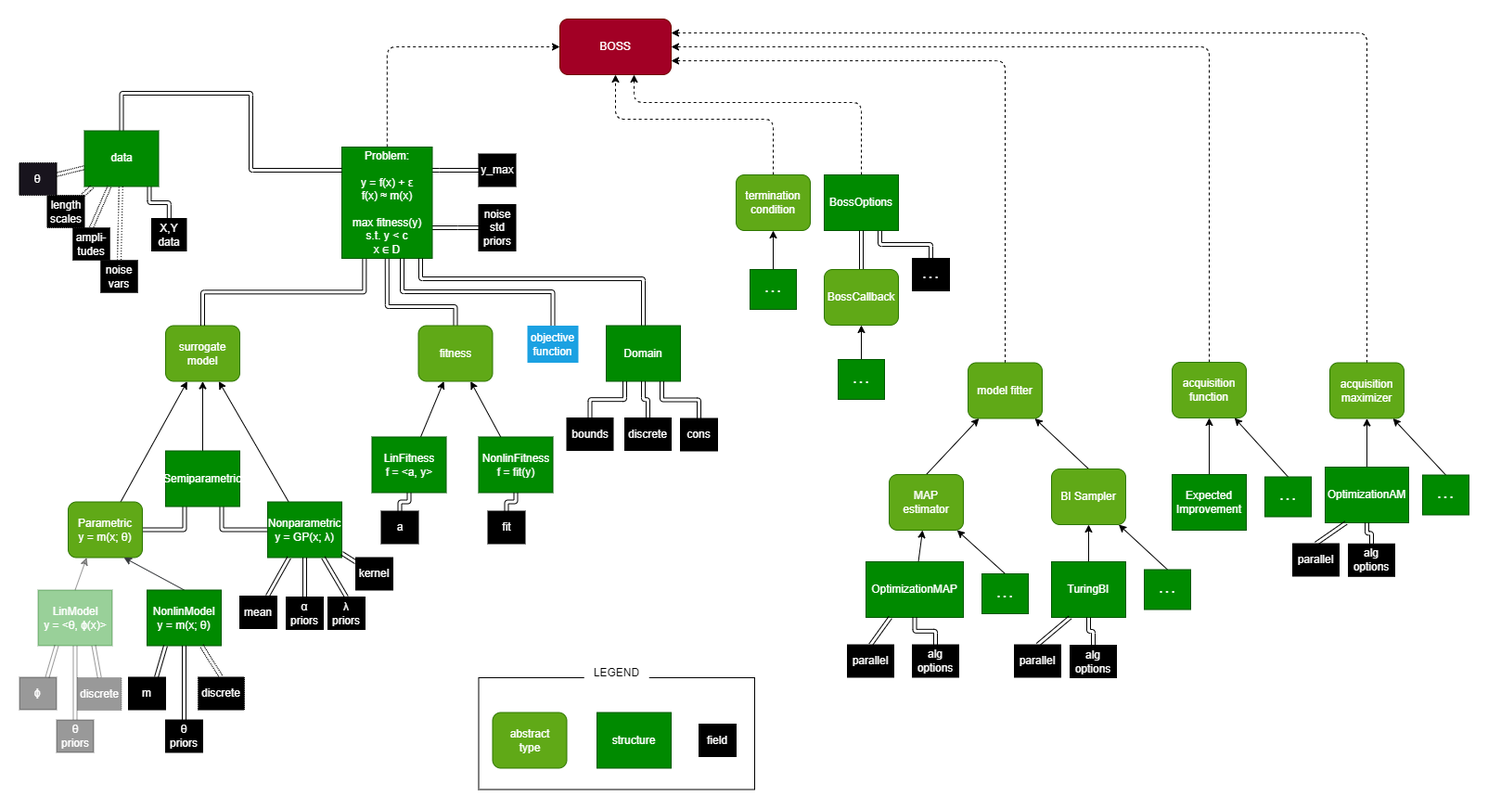
Before: docs/src/img/boss_inputs.drawio.png, a diagram exported from draw.io (soldasim/BOSS.jl). Source tidied: cells renumbered, new cells last; positions are measured from the earlier drawing's top-left corner, leaving out a move shared by most shapes.
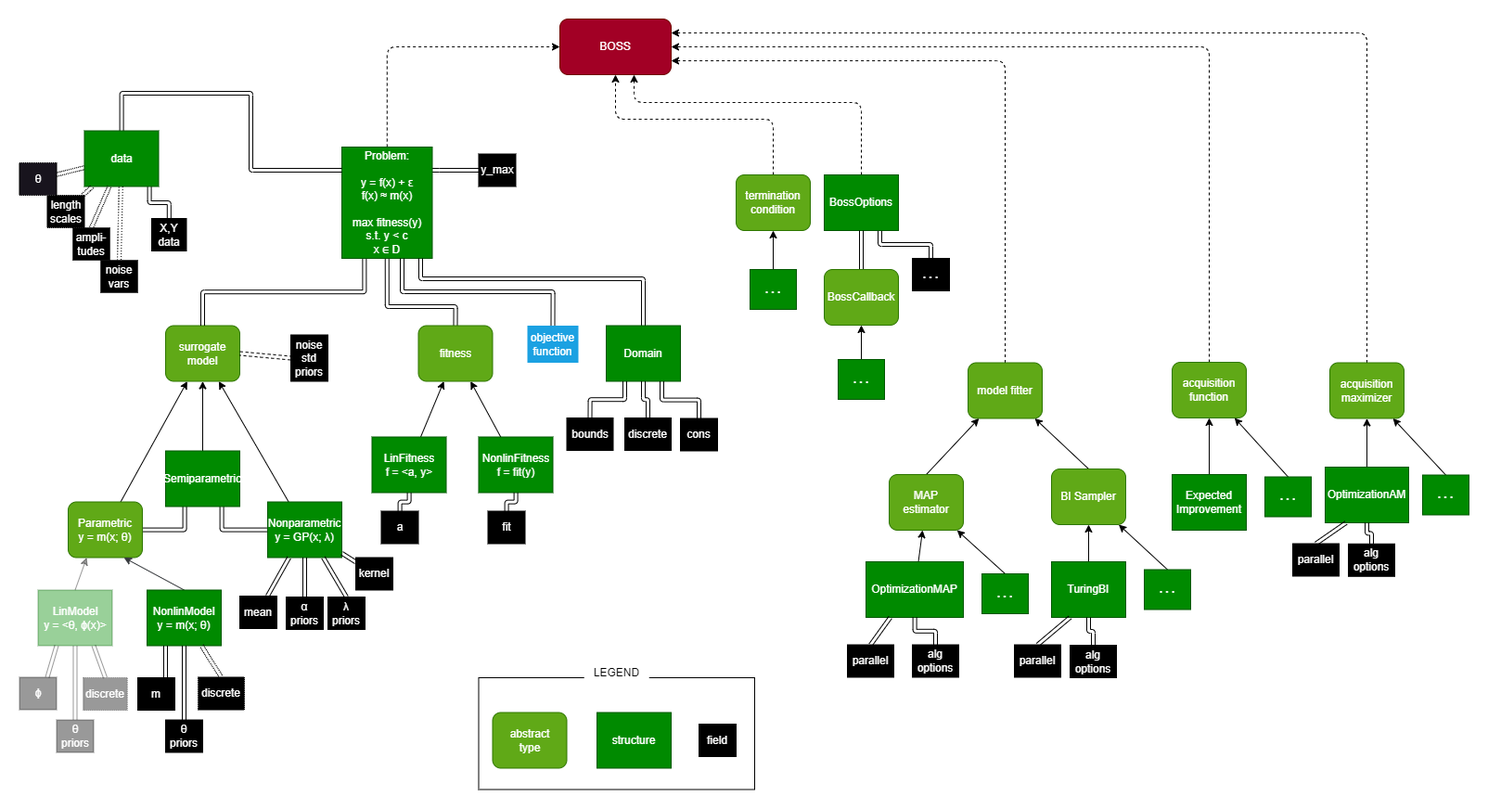
The same file after the commit.

The edit, as a diff of the source:
```diff
@@ -135,16 +135,11 @@
     <mxCell id="41" value="λ&#10;priors" style="rounded=0;whiteSpace=wrap;labelBackgroundColor=none;fontColor=#FFFFFF;fillStyle=solid;fillColor=#000000;" parent="1" vertex="1">
       <mxGeometry x="332" y="623" width="40" height="35" as="geometry" />
     </mxCell>
-    <mxCell id="42" style="edgeStyle=orthogonalEdgeStyle;shape=link;html=1;exitX=0;exitY=0.5;exitDx=0;exitDy=0;" parent="1" edge="1" source="43" target="56">
-      <mxGeometry relative="1" as="geometry">
-        <Array as="points">
-          <mxPoint x="472" y="225" />
-          <mxPoint x="472" y="225" />
-        </Array>
-      </mxGeometry>
-    </mxCell>
+    <mxCell id="130" style="edgeStyle=none;shape=link;html=1;exitX=0;exitY=0.5;exitDx=0;exitDy=0;entryX=1;entryY=0.5;entryDx=0;entryDy=0;dashed=1;" parent="1" edge="1" source="43" target="5">
+      <mxGeometry relative="1" as="geometry" />
+    </mxCell>
     <mxCell id="43" value="noise std priors" style="rounded=0;whiteSpace=wrap;labelBackgroundColor=none;fontColor=#FFFFFF;fillStyle=solid;fillColor=#000000;" parent="1" vertex="1">
-      <mxGeometry x="494.5" y="200" width="40" height="50" as="geometry" />
+      <mxGeometry x="292" y="340.5" width="40" height="50" as="geometry" />
     </mxCell>
     <mxCell id="44" style="edgeStyle=orthogonalEdgeStyle;shape=link;rounded=1;html=1;strokeColor=default;fontSize=18;fontColor=#FFFFFF;" parent="1" edge="1" source="45" target="60">
       <mxGeometry relative="1" as="geometry">
@@ -363,13 +358,13 @@
       <mxGeometry relative="1" as="geometry" />
     </mxCell>
     <mxCell id="103" value="m" style="rounded=0;whiteSpace=wrap;labelBackgroundColor=none;fontColor=#FFFFFF;fillStyle=solid;fillColor=#000000;" parent="1" vertex="1">
-      <mxGeometry x="117" y="709.5" width="40" height="35" as="geometry" />
+      <mxGeometry x="127" y="710" width="40" height="35" as="geometry" />
     </mxCell>
     <mxCell id="104" style="edgeStyle=none;shape=link;html=1;exitX=0.5;exitY=0;exitDx=0;exitDy=0;entryX=0.75;entryY=1;entryDx=0;entryDy=0;strokeColor=default;opacity=40;" parent="1" edge="1" source="105" target="37">
       <mxGeometry relative="1" as="geometry" />
     </mxCell>
     <mxCell id="105" value="discrete" style="rounded=0;whiteSpace=wrap;labelBackgroundColor=none;fontColor=#FFFFFF;dashed=1;dashPattern=1 1;opacity=40;fillStyle=solid;fillColor=#000000;" parent="1" vertex="1">
-      <mxGeometry x="62" y="710" width="47.5" height="35" as="geometry" />
+      <mxGeometry x="68.2" y="710" width="47.5" height="35" as="geometry" />
     </mxCell>
     <mxCell id="106" style="edgeStyle=none;shape=link;html=1;exitX=0.5;exitY=0;exitDx=0;exitDy=0;entryX=0.5;entryY=1;entryDx=0;entryDy=0;strokeColor=default;opacity=40;" parent="1" edge="1" source="107" target="37">
       <mxGeometry relative="1" as="geometry" />
```
